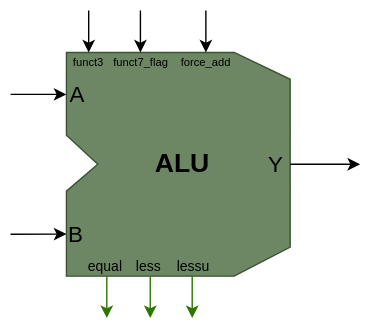
Earlier version of the draw.io export doc/manual/piconut/nuclei/figures/nucleus_ref/alu.drawio.svg (hsa-ees/piconut). Source tidied: cells renumbered, new cells last; positions are measured from the earlier drawing's top-left corner, leaving out a move shared by most shapes. Source of this version:
```xml
<mxGraphModel>
  <root>
    <mxCell id="0" />
    <mxCell id="1" parent="0" />
    <mxCell id="2" value="&lt;font color=&quot;#000000&quot; style=&quot;font-size: 19px;&quot;&gt;&lt;b&gt;&amp;nbsp;ALU&lt;/b&gt;&lt;/font&gt;" style="verticalLabelPosition=middle;verticalAlign=middle;html=1;shape=mxgraph.basic.polygon;polyCoords=[[1,0],[1,0.38],[0.86,0.5],[0.86,0.5],[1,0.63],[1,1],[0.25,1],[0,0.88],[0,0.13],[0.25,0]];polyline=0;labelPosition=center;align=center;direction=west;points=[[0,0.5,0,0,0],[0.37,1,0,0,0],[0.47,1,0,0,0],[0.57,1,0,0,0]];fillColor=#6d8764;fontColor=#ffffff;strokeColor=#3A5431;" parent="1" vertex="1">
      <mxGeometry x="40" y="30" width="160" height="160" as="geometry" />
    </mxCell>
    <mxCell id="3" style="endArrow=classic;html=1;rounded=0;" parent="1" edge="1">
      <mxGeometry relative="1" as="geometry">
        <mxPoint y="60" as="sourcePoint" />
        <mxPoint x="40" y="60" as="targetPoint" />
      </mxGeometry>
    </mxCell>
    <mxCell id="4" style="endArrow=classic;html=1;rounded=0;" parent="1" edge="1">
      <mxGeometry relative="1" as="geometry">
        <mxPoint y="160" as="sourcePoint" />
        <mxPoint x="40" y="159.9" as="targetPoint" />
      </mxGeometry>
    </mxCell>
    <mxCell id="5" value="A" style="text;html=1;align=center;verticalAlign=middle;whiteSpace=wrap;rounded=0;fontSize=16;" parent="1" vertex="1">
      <mxGeometry x="43" y="55" width="10" height="10" as="geometry" />
    </mxCell>
    <mxCell id="6" value="B" style="text;html=1;align=center;verticalAlign=middle;whiteSpace=wrap;rounded=0;fontSize=16;" parent="1" vertex="1">
      <mxGeometry x="42" y="155" width="10" height="10" as="geometry" />
    </mxCell>
    <mxCell id="7" style="endArrow=classic;html=1;rounded=0;exitX=0;exitY=0.5;exitDx=0;exitDy=0;exitPerimeter=0;" parent="1" edge="1" source="2">
      <mxGeometry x="0.07" y="-3" relative="1" as="geometry">
        <mxPoint x="250" y="110" as="targetPoint" />
      </mxGeometry>
    </mxCell>
    <mxCell id="8" style="endArrow=classic;html=1;rounded=0;" parent="1" edge="1">
      <mxGeometry relative="1" as="geometry">
        <mxPoint x="55.9" as="sourcePoint" />
        <mxPoint x="55.9" y="30" as="targetPoint" />
      </mxGeometry>
    </mxCell>
    <mxCell id="9" style="endArrow=classic;html=1;rounded=0;" parent="1" edge="1">
      <mxGeometry relative="1" as="geometry">
        <mxPoint x="92.9" as="sourcePoint" />
        <mxPoint x="92.9" y="30" as="targetPoint" />
      </mxGeometry>
    </mxCell>
    <mxCell id="10" value="funct3" style="text;html=1;align=center;verticalAlign=middle;whiteSpace=wrap;rounded=0;fontSize=8;" parent="1" vertex="1">
      <mxGeometry x="39" y="30" width="34" height="13" as="geometry" />
    </mxCell>
    <mxCell id="11" value="funct7_flag" style="text;html=1;align=center;verticalAlign=middle;whiteSpace=wrap;rounded=0;fontSize=8;" parent="1" vertex="1">
      <mxGeometry x="70" y="30" width="47" height="13" as="geometry" />
    </mxCell>
    <mxCell id="12" value="force_add" style="text;html=1;align=center;verticalAlign=middle;whiteSpace=wrap;rounded=0;fontSize=8;" parent="1" vertex="1">
      <mxGeometry x="120" y="30" width="40" height="13" as="geometry" />
    </mxCell>
    <mxCell id="13" value="&lt;font style=&quot;font-size: 10px;&quot;&gt;equal&lt;/font&gt;" style="text;html=1;align=center;verticalAlign=middle;whiteSpace=wrap;rounded=0;fontSize=10;fontColor=default;" parent="1" vertex="1">
      <mxGeometry x="51" y="176" width="34" height="13" as="geometry" />
    </mxCell>
    <mxCell id="14" value="&lt;font style=&quot;font-size: 10px;&quot;&gt;less&lt;/font&gt;" style="text;html=1;align=center;verticalAlign=middle;whiteSpace=wrap;rounded=0;fontSize=10;fontColor=default;" parent="1" vertex="1">
      <mxGeometry x="82" y="176" width="34" height="13" as="geometry" />
    </mxCell>
    <mxCell id="15" value="lessu" style="text;html=1;align=center;verticalAlign=middle;whiteSpace=wrap;rounded=0;fontSize=10;fontColor=default;" parent="1" vertex="1">
      <mxGeometry x="114" y="176" width="34" height="13" as="geometry" />
    </mxCell>
    <mxCell id="16" value="Y" style="text;html=1;align=center;verticalAlign=middle;whiteSpace=wrap;rounded=0;fontSize=16;" parent="1" vertex="1">
      <mxGeometry x="185" y="105" width="10" height="10" as="geometry" />
    </mxCell>
    <mxCell id="17" style="endArrow=classic;html=1;rounded=0;fillColor=#60a917;strokeColor=#2D7600;" parent="1" edge="1">
      <mxGeometry relative="1" as="geometry">
        <mxPoint x="68.9" y="190" as="sourcePoint" />
        <mxPoint x="68.9" y="220" as="targetPoint" />
      </mxGeometry>
    </mxCell>
    <mxCell id="18" style="endArrow=classic;html=1;rounded=0;fillColor=#60a917;strokeColor=#2D7600;" parent="1" edge="1">
      <mxGeometry relative="1" as="geometry">
        <mxPoint x="99.9" y="190" as="sourcePoint" />
        <mxPoint x="99.9" y="220" as="targetPoint" />
      </mxGeometry>
    </mxCell>
    <mxCell id="19" style="endArrow=classic;html=1;rounded=0;fillColor=#60a917;strokeColor=#2D7600;" parent="1" edge="1">
      <mxGeometry relative="1" as="geometry">
        <mxPoint x="129.9" y="190" as="sourcePoint" />
        <mxPoint x="129.9" y="220" as="targetPoint" />
      </mxGeometry>
    </mxCell>
    <mxCell id="20" style="endArrow=classic;html=1;rounded=0;" parent="1" edge="1">
      <mxGeometry relative="1" as="geometry">
        <mxPoint x="139.7" as="sourcePoint" />
        <mxPoint x="139.7" y="30" as="targetPoint" />
      </mxGeometry>
    </mxCell>
  </root>
</mxGraphModel>
```
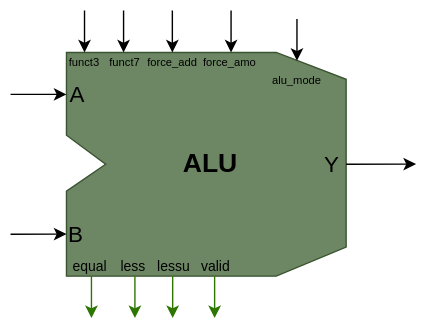
Above is the later version.

What changed in the source:
```diff
@@ -3,7 +3,7 @@
     <mxCell id="0" />
     <mxCell id="1" parent="0" />
     <mxCell id="2" value="&lt;font color=&quot;#000000&quot; style=&quot;font-size: 19px;&quot;&gt;&lt;b&gt;&amp;nbsp;ALU&lt;/b&gt;&lt;/font&gt;" style="verticalLabelPosition=middle;verticalAlign=middle;html=1;shape=mxgraph.basic.polygon;polyCoords=[[1,0],[1,0.38],[0.86,0.5],[0.86,0.5],[1,0.63],[1,1],[0.25,1],[0,0.88],[0,0.13],[0.25,0]];polyline=0;labelPosition=center;align=center;direction=west;points=[[0,0.5,0,0,0],[0.37,1,0,0,0],[0.47,1,0,0,0],[0.57,1,0,0,0]];fillColor=#6d8764;fontColor=#ffffff;strokeColor=#3A5431;" parent="1" vertex="1">
-      <mxGeometry x="40" y="30" width="160" height="160" as="geometry" />
+      <mxGeometry x="40" y="30" width="200" height="160" as="geometry" />
     </mxCell>
     <mxCell id="3" style="endArrow=classic;html=1;rounded=0;" parent="1" edge="1">
       <mxGeometry relative="1" as="geometry">
@@ -25,65 +25,92 @@
     </mxCell>
     <mxCell id="7" style="endArrow=classic;html=1;rounded=0;exitX=0;exitY=0.5;exitDx=0;exitDy=0;exitPerimeter=0;" parent="1" edge="1" source="2">
       <mxGeometry x="0.07" y="-3" relative="1" as="geometry">
-        <mxPoint x="250" y="110" as="targetPoint" />
+        <mxPoint x="290" y="109.8" as="targetPoint" />
       </mxGeometry>
     </mxCell>
     <mxCell id="8" style="endArrow=classic;html=1;rounded=0;" parent="1" edge="1">
       <mxGeometry relative="1" as="geometry">
-        <mxPoint x="55.9" as="sourcePoint" />
-        <mxPoint x="55.9" y="30" as="targetPoint" />
+        <mxPoint x="52.9" as="sourcePoint" />
+        <mxPoint x="52.9" y="30" as="targetPoint" />
       </mxGeometry>
     </mxCell>
     <mxCell id="9" style="endArrow=classic;html=1;rounded=0;" parent="1" edge="1">
       <mxGeometry relative="1" as="geometry">
-        <mxPoint x="92.9" as="sourcePoint" />
-        <mxPoint x="92.9" y="30" as="targetPoint" />
+        <mxPoint x="80.8" as="sourcePoint" />
+        <mxPoint x="80.8" y="30" as="targetPoint" />
       </mxGeometry>
     </mxCell>
     <mxCell id="10" value="funct3" style="text;html=1;align=center;verticalAlign=middle;whiteSpace=wrap;rounded=0;fontSize=8;" parent="1" vertex="1">
-      <mxGeometry x="39" y="30" width="34" height="13" as="geometry" />
+      <mxGeometry x="36" y="30" width="34" height="13" as="geometry" />
     </mxCell>
-    <mxCell id="11" value="funct7_flag" style="text;html=1;align=center;verticalAlign=middle;whiteSpace=wrap;rounded=0;fontSize=8;" parent="1" vertex="1">
-      <mxGeometry x="70" y="30" width="47" height="13" as="geometry" />
+    <mxCell id="11" value="funct7" style="text;html=1;align=center;verticalAlign=middle;whiteSpace=wrap;rounded=0;fontSize=8;" parent="1" vertex="1">
+      <mxGeometry x="67" y="30" width="30" height="13" as="geometry" />
     </mxCell>
     <mxCell id="12" value="force_add" style="text;html=1;align=center;verticalAlign=middle;whiteSpace=wrap;rounded=0;fontSize=8;" parent="1" vertex="1">
-      <mxGeometry x="120" y="30" width="40" height="13" as="geometry" />
+      <mxGeometry x="96" y="30" width="40" height="13" as="geometry" />
     </mxCell>
     <mxCell id="13" value="&lt;font style=&quot;font-size: 10px;&quot;&gt;equal&lt;/font&gt;" style="text;html=1;align=center;verticalAlign=middle;whiteSpace=wrap;rounded=0;fontSize=10;fontColor=default;" parent="1" vertex="1">
-      <mxGeometry x="51" y="176" width="34" height="13" as="geometry" />
+      <mxGeometry x="40" y="176" width="34" height="13" as="geometry" />
     </mxCell>
     <mxCell id="14" value="&lt;font style=&quot;font-size: 10px;&quot;&gt;less&lt;/font&gt;" style="text;html=1;align=center;verticalAlign=middle;whiteSpace=wrap;rounded=0;fontSize=10;fontColor=default;" parent="1" vertex="1">
-      <mxGeometry x="82" y="176" width="34" height="13" as="geometry" />
+      <mxGeometry x="71" y="176" width="34" height="13" as="geometry" />
     </mxCell>
     <mxCell id="15" value="lessu" style="text;html=1;align=center;verticalAlign=middle;whiteSpace=wrap;rounded=0;fontSize=10;fontColor=default;" parent="1" vertex="1">
-      <mxGeometry x="114" y="176" width="34" height="13" as="geometry" />
+      <mxGeometry x="100" y="176" width="34" height="13" as="geometry" />
     </mxCell>
     <mxCell id="16" value="Y" style="text;html=1;align=center;verticalAlign=middle;whiteSpace=wrap;rounded=0;fontSize=16;" parent="1" vertex="1">
-      <mxGeometry x="185" y="105" width="10" height="10" as="geometry" />
+      <mxGeometry x="225" y="105" width="10" height="10" as="geometry" />
     </mxCell>
     <mxCell id="17" style="endArrow=classic;html=1;rounded=0;fillColor=#60a917;strokeColor=#2D7600;" parent="1" edge="1">
       <mxGeometry relative="1" as="geometry">
-        <mxPoint x="68.9" y="190" as="sourcePoint" />
-        <mxPoint x="68.9" y="220" as="targetPoint" />
+        <mxPoint x="57.9" y="190" as="sourcePoint" />
+        <mxPoint x="57.9" y="220" as="targetPoint" />
       </mxGeometry>
     </mxCell>
     <mxCell id="18" style="endArrow=classic;html=1;rounded=0;fillColor=#60a917;strokeColor=#2D7600;" parent="1" edge="1">
       <mxGeometry relative="1" as="geometry">
-        <mxPoint x="99.9" y="190" as="sourcePoint" />
-        <mxPoint x="99.9" y="220" as="targetPoint" />
+        <mxPoint x="88.9" y="190" as="sourcePoint" />
+        <mxPoint x="88.9" y="220" as="targetPoint" />
       </mxGeometry>
     </mxCell>
     <mxCell id="19" style="endArrow=classic;html=1;rounded=0;fillColor=#60a917;strokeColor=#2D7600;" parent="1" edge="1">
       <mxGeometry relative="1" as="geometry">
-        <mxPoint x="129.9" y="190" as="sourcePoint" />
-        <mxPoint x="129.9" y="220" as="targetPoint" />
+        <mxPoint x="115.9" y="190" as="sourcePoint" />
+        <mxPoint x="115.9" y="220" as="targetPoint" />
       </mxGeometry>
     </mxCell>
     <mxCell id="20" style="endArrow=classic;html=1;rounded=0;" parent="1" edge="1">
       <mxGeometry relative="1" as="geometry">
-        <mxPoint x="139.7" as="sourcePoint" />
-        <mxPoint x="139.7" y="30" as="targetPoint" />
+        <mxPoint x="115.7" as="sourcePoint" />
+        <mxPoint x="115.7" y="30" as="targetPoint" />
       </mxGeometry>
     </mxCell>
+    <mxCell id="21" value="valid" style="text;html=1;align=center;verticalAlign=middle;whiteSpace=wrap;rounded=0;fontSize=10;fontColor=default;" parent="1" vertex="1">
+      <mxGeometry x="130" y="176" width="34" height="13" as="geometry" />
+    </mxCell>
+    <mxCell id="22" style="endArrow=classic;html=1;rounded=0;fillColor=#60a917;strokeColor=#2D7600;" parent="1" edge="1">
+      <mxGeometry relative="1" as="geometry">
+        <mxPoint x="145.9" y="190" as="sourcePoint" />
+        <mxPoint x="145.9" y="220" as="targetPoint" />
+      </mxGeometry>
+    </mxCell>
+    <mxCell id="23" value="force_amo" style="text;html=1;align=center;verticalAlign=middle;whiteSpace=wrap;rounded=0;fontSize=8;rotation=0;" parent="1" vertex="1">
+      <mxGeometry x="137" y="30" width="40" height="13" as="geometry" />
+    </mxCell>
+    <mxCell id="24" style="endArrow=classic;html=1;rounded=0;" parent="1" edge="1">
+      <mxGeometry relative="1" as="geometry">
+        <mxPoint x="157.7" as="sourcePoint" />
+        <mxPoint x="157.7" y="30" as="targetPoint" />
+      </mxGeometry>
+    </mxCell>
+    <mxCell id="25" value="alu_mode" style="text;html=1;align=center;verticalAlign=middle;whiteSpace=wrap;rounded=0;fontSize=8;" parent="1" vertex="1">
+      <mxGeometry x="185" y="43" width="40" height="13" as="geometry" />
+    </mxCell>
+    <mxCell id="26" style="endArrow=classic;html=1;rounded=0;" parent="1" edge="1">
+      <mxGeometry relative="1" as="geometry">
+        <mxPoint x="204.8" y="6" as="sourcePoint" />
+        <mxPoint x="204.8" y="36" as="targetPoint" />
+      </mxGeometry>
+    </mxCell>
   </root>
 </mxGraphModel>
```
